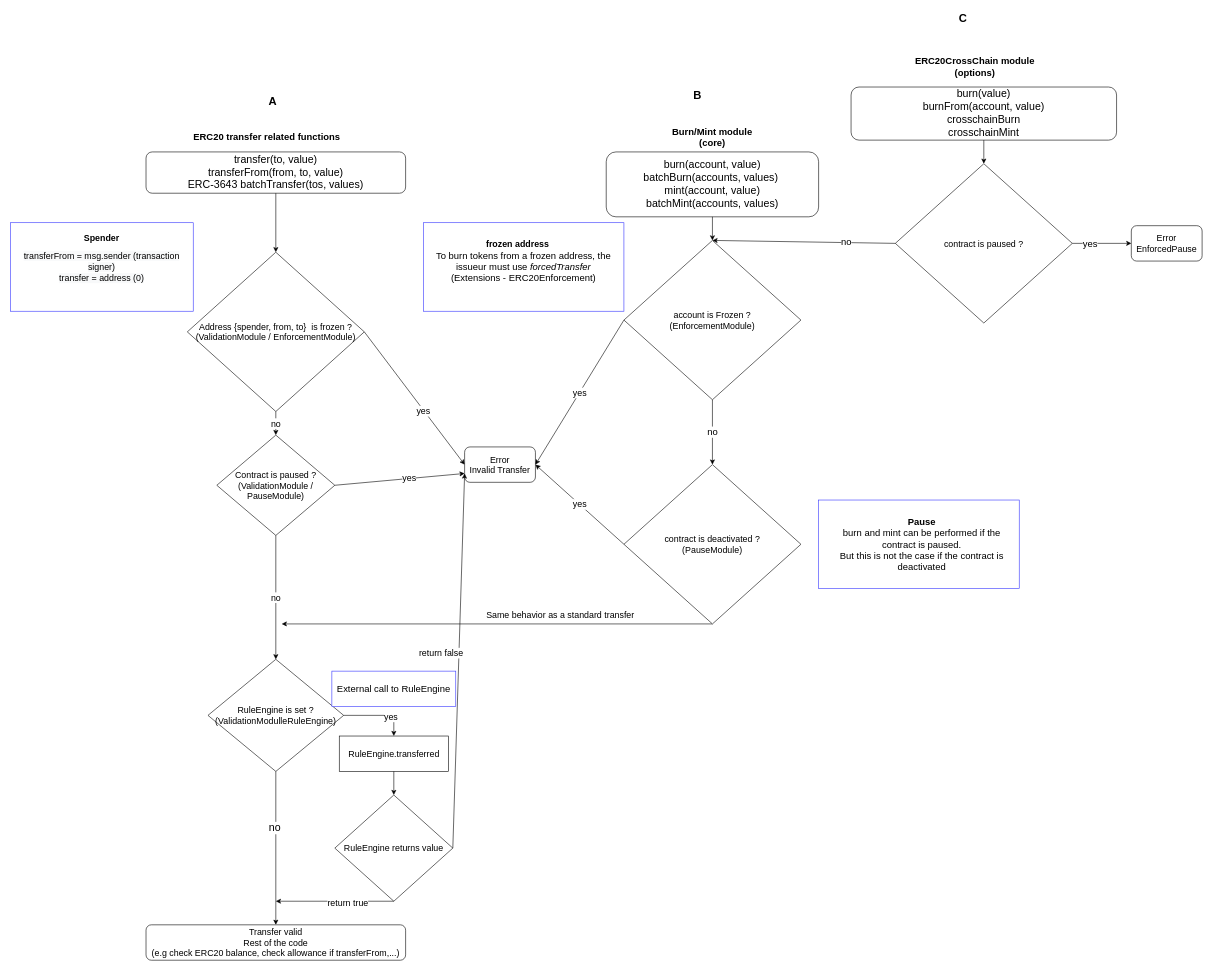
This is page "transfer" (1 of 3) of doc/schema/drawio/transfer_restriction.drawio from CMTA/CMTAT, a draw.io file, before an edit. Source tidied: cells renumbered, new cells numbered last; positions are measured from the earlier drawing's top-left corner, leaving out a move shared by most shapes. Both pictures are drawn from the tidied source at 59%, with x=0, y=0 at pixel (10, 10).
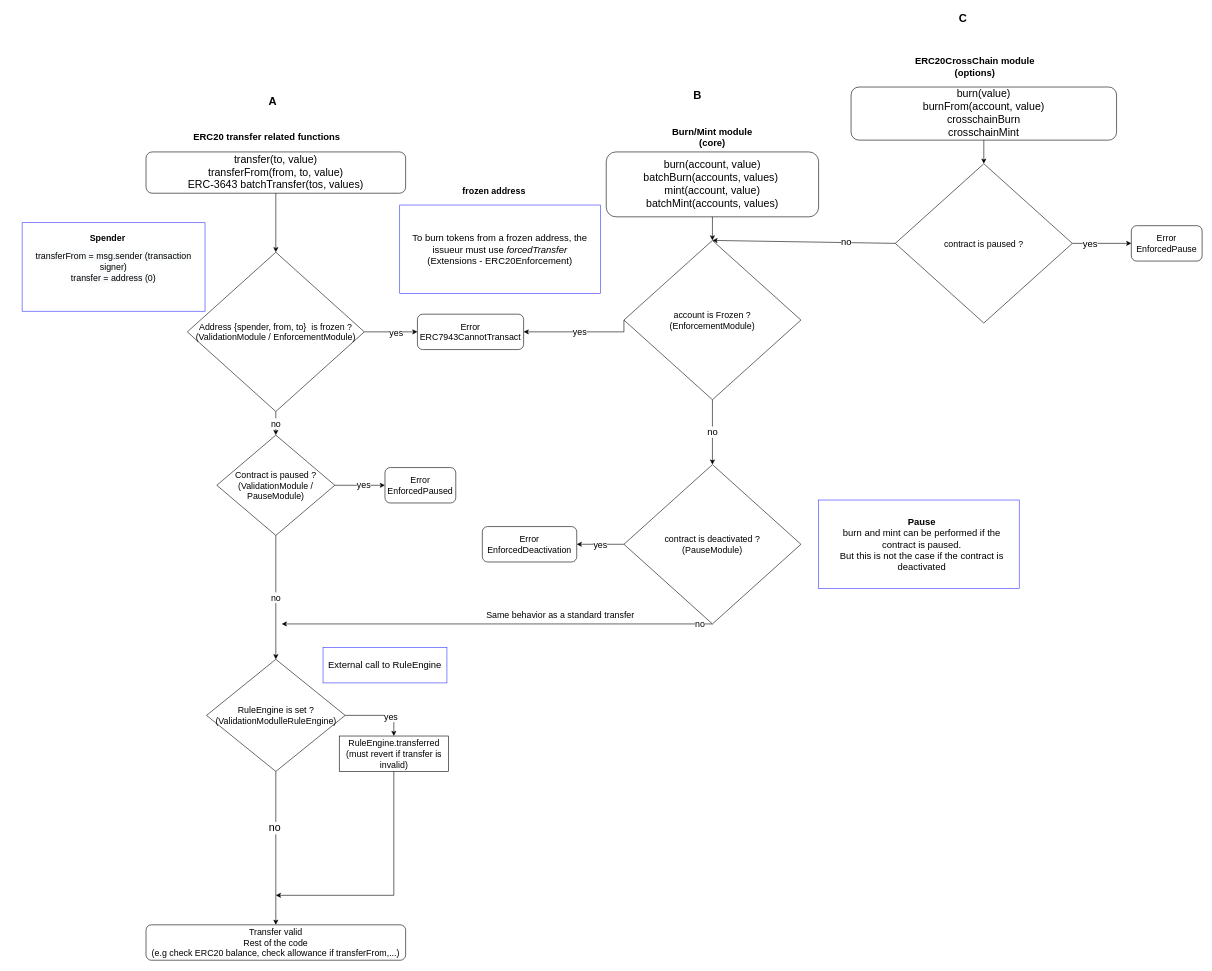
Above is the later version.

The change refers to these unchanged cells:
```xml
<mxCell id="2" value="Address {spender, from, to}&amp;nbsp; is frozen ?&lt;br style=&quot;font-size: 15px;&quot;&gt;(ValidationModule / EnforcementModule)" style="rhombus;whiteSpace=wrap;html=1;fontSize=15;" parent="1" vertex="1">
  <mxGeometry x="300" y="410" width="300" height="270" as="geometry" />
</mxCell>
<mxCell id="9" value="Contract is paused ?&lt;br style=&quot;font-size: 15px;&quot;&gt;(ValidationModule / PauseModule)" style="rhombus;whiteSpace=wrap;html=1;fontSize=15;" parent="1" vertex="1">
  <mxGeometry x="350" y="720" width="200" height="170" as="geometry" />
</mxCell>
<mxCell id="27" value="account is Frozen ?&lt;br&gt;(EnforcementModule)" style="rhombus;whiteSpace=wrap;html=1;fontSize=15;" parent="1" vertex="1">
  <mxGeometry x="1040" y="390" width="300" height="270" as="geometry" />
</mxCell>
<mxCell id="29" style="endArrow=classic;html=1;rounded=0;fontSize=15;exitX=0.5;exitY=1;exitDx=0;exitDy=0;" parent="1" edge="1" source="31">
  <mxGeometry relative="1" as="geometry">
    <mxPoint x="460" y="1040" as="targetPoint" />
  </mxGeometry>
</mxCell>
<mxCell id="31" value="contract is deactivated ?&lt;br&gt;(PauseModule)" style="rhombus;whiteSpace=wrap;html=1;fontSize=15;" parent="1" vertex="1">
  <mxGeometry x="1040" y="770" width="300" height="270" as="geometry" />
</mxCell>
```

Change to the diagram source:
```diff
@@
-    <mxCell id="5" value="Error&lt;br&gt;Invalid Transfer" style="rounded=1;whiteSpace=wrap;html=1;fontSize=15;" parent="1" vertex="1">
-      <mxGeometry x="770" y="740" width="120" height="60" as="geometry" />
-    </mxCell>
-    <mxCell id="6" style="endArrow=classic;html=1;rounded=0;exitX=1;exitY=0.5;exitDx=0;exitDy=0;entryX=0;entryY=0.5;entryDx=0;entryDy=0;fontSize=15;" parent="1" edge="1" source="2" target="5">
+    <mxCell id="6" style="endArrow=classic;html=1;rounded=0;exitX=1;exitY=0.5;exitDx=0;exitDy=0;entryX=0;entryY=0.5;entryDx=0;entryDy=0;fontSize=15;" parent="1" edge="1" source="2" target="57">
       <mxGeometry relative="1" as="geometry" />
     </mxCell>
@@
-    <mxCell id="10" style="endArrow=classic;html=1;rounded=0;exitX=1;exitY=0.5;exitDx=0;exitDy=0;entryX=0;entryY=0.75;entryDx=0;entryDy=0;fontSize=15;" parent="1" edge="1" source="9" target="5">
+    <mxCell id="10" style="endArrow=classic;html=1;rounded=0;exitX=1;exitY=0.5;exitDx=0;exitDy=0;entryX=0;entryY=0.5;entryDx=0;entryDy=0;fontSize=15;" parent="1" edge="1" source="9" target="56">
       <mxGeometry relative="1" as="geometry" />
     </mxCell>
@@
     <mxCell id="12" value="RuleEngine is set ?&lt;br&gt;(ValidationModulleRuleEngine)" style="rhombus;whiteSpace=wrap;html=1;fontSize=15;" parent="1" vertex="1">
-      <mxGeometry x="335" y="1100" width="230" height="190" as="geometry" />
+      <mxGeometry x="332.5" y="1100" width="235" height="190" as="geometry" />
     </mxCell>
@@
-    <mxCell id="16" value="RuleEngine returns value" style="rhombus;whiteSpace=wrap;html=1;fontSize=15;" parent="1" vertex="1">
-      <mxGeometry x="550" y="1330" width="200" height="180" as="geometry" />
-    </mxCell>
-    <mxCell id="17" value="return false" style="endArrow=classic;html=1;rounded=0;exitX=1;exitY=0.5;exitDx=0;exitDy=0;entryX=0;entryY=0.75;entryDx=0;entryDy=0;fontSize=15;" parent="1" edge="1" source="16" target="5">
-      <mxGeometry x="0.04" y="30" relative="1" as="geometry" />
-    </mxCell>
-    <mxCell id="18" style="endArrow=classic;html=1;rounded=0;exitX=0.5;exitY=1;exitDx=0;exitDy=0;fontSize=15;" parent="1" edge="1" source="16">
-      <mxGeometry relative="1" as="geometry">
-        <mxPoint x="450" y="1510" as="targetPoint" />
-      </mxGeometry>
-    </mxCell>
-    <mxCell id="19" value="return true" style="edgeLabel;html=1;align=center;verticalAlign=middle;fontSize=15;" parent="18" vertex="1">
-      <mxGeometry x="-0.21" y="2" relative="1" as="geometry" />
-    </mxCell>
@@
-    <mxCell id="23" value="RuleEngine.transferred" style="rounded=0;whiteSpace=wrap;html=1;fontSize=15;" parent="1" vertex="1">
+    <mxCell id="23" value="RuleEngine.transferred&lt;br&gt;(must revert if transfer is invalid)" style="rounded=0;whiteSpace=wrap;html=1;fontSize=15;" parent="1" vertex="1">
       <mxGeometry x="557.5" y="1230" width="185" height="60" as="geometry" />
     </mxCell>
-    <mxCell id="24" style="endArrow=classic;html=1;rounded=0;exitX=0.5;exitY=1;exitDx=0;exitDy=0;entryX=0.5;entryY=0;entryDx=0;entryDy=0;fontSize=15;" parent="1" edge="1" source="23" target="16">
-      <mxGeometry relative="1" as="geometry" />
+    <mxCell id="24" style="endArrow=classic;html=1;rounded=0;exitX=0.5;exitY=1;exitDx=0;exitDy=0;fontSize=15;" parent="1" edge="1" source="23">
+      <mxGeometry relative="1" as="geometry">
+        <mxPoint x="450" y="1500" as="targetPoint" />
+        <Array as="points">
+          <mxPoint x="650" y="1500" />
+        </Array>
+      </mxGeometry>
     </mxCell>
@@
-    <mxCell id="28" value="yes" style="endArrow=classic;html=1;rounded=0;fontSize=15;exitX=0;exitY=0.5;exitDx=0;exitDy=0;entryX=1;entryY=0.5;entryDx=0;entryDy=0;" parent="1" edge="1" source="27" target="5">
-      <mxGeometry relative="1" as="geometry" />
+    <mxCell id="28" value="yes" style="endArrow=classic;html=1;rounded=0;fontSize=15;exitX=0;exitY=0.5;exitDx=0;exitDy=0;entryX=1;entryY=0.5;entryDx=0;entryDy=0;" parent="1" edge="1" source="27" target="57">
+      <mxGeometry relative="1" as="geometry">
+        <Array as="points">
+          <mxPoint x="1040" y="545" />
+        </Array>
+      </mxGeometry>
     </mxCell>
@@
+    <mxCell id="55" value="no" style="edgeLabel;html=1;align=center;verticalAlign=middle;fontSize=15;" parent="29" vertex="1">
+      <mxGeometry x="-0.94" y="-2" relative="1" as="geometry" />
+    </mxCell>
@@
-    <mxCell id="32" value="yes" style="endArrow=classic;html=1;rounded=0;fontSize=15;exitX=0;exitY=0.5;exitDx=0;exitDy=0;" parent="1" edge="1" source="31">
-      <mxGeometry relative="1" as="geometry">
-        <mxPoint x="890" y="770" as="targetPoint" />
-      </mxGeometry>
+    <mxCell id="32" value="yes" style="endArrow=classic;html=1;rounded=0;fontSize=15;exitX=0;exitY=0.5;exitDx=0;exitDy=0;entryX=1;entryY=0.5;entryDx=0;entryDy=0;" parent="1" edge="1" source="31" target="58">
+      <mxGeometry relative="1" as="geometry" />
     </mxCell>
@@
     <mxCell id="34" value="&lt;span style=&quot;color: rgb(0, 0, 0); font-family: Helvetica; font-size: 15px; font-style: normal; font-variant-ligatures: normal; font-variant-caps: normal; font-weight: 400; letter-spacing: normal; orphans: 2; text-align: center; text-indent: 0px; text-transform: none; widows: 2; word-spacing: 0px; -webkit-text-stroke-width: 0px; background-color: rgb(248, 249, 250); text-decoration-thickness: initial; text-decoration-style: initial; text-decoration-color: initial;&quot;&gt;transferFrom = msg.sender (transaction signer)&lt;/span&gt;&lt;br style=&quot;color: rgb(0, 0, 0); font-family: Helvetica; font-size: 15px; font-style: normal; font-variant-ligatures: normal; font-variant-caps: normal; font-weight: 400; letter-spacing: normal; orphans: 2; text-align: center; text-indent: 0px; text-transform: none; widows: 2; word-spacing: 0px; -webkit-text-stroke-width: 0px; background-color: rgb(248, 249, 250); text-decoration-thickness: initial; text-decoration-style: initial; text-decoration-color: initial;&quot;&gt;&lt;span style=&quot;color: rgb(0, 0, 0); font-family: Helvetica; font-size: 15px; font-style: normal; font-variant-ligatures: normal; font-variant-caps: normal; font-weight: 400; letter-spacing: normal; orphans: 2; text-align: center; text-indent: 0px; text-transform: none; widows: 2; word-spacing: 0px; -webkit-text-stroke-width: 0px; background-color: rgb(248, 249, 250); text-decoration-thickness: initial; text-decoration-style: initial; text-decoration-color: initial;&quot;&gt;transfer = address (0)&lt;/span&gt;" style="rounded=0;whiteSpace=wrap;html=1;fontSize=16;strokeColor=#3333FF;" parent="1" vertex="1">
-      <mxGeometry y="360" width="310" height="150" as="geometry" />
+      <mxGeometry x="20" y="360" width="310" height="150" as="geometry" />
     </mxCell>
     <mxCell id="35" value="Spender" style="text;html=1;strokeColor=none;fillColor=none;align=center;verticalAlign=middle;whiteSpace=wrap;rounded=0;fontStyle=1;fontSize=15;" parent="1" vertex="1">
-      <mxGeometry x="60" y="370" width="190" height="30" as="geometry" />
+      <mxGeometry x="70" y="370" width="190" height="30" as="geometry" />
     </mxCell>
     <mxCell id="36" value="To burn tokens from a frozen address, the issueur must use &lt;i&gt;forcedTransfer&lt;/i&gt;&lt;br&gt;(Extensions - ERC20Enforcement)" style="rounded=0;whiteSpace=wrap;html=1;strokeColor=#3333FF;fontSize=16;" parent="1" vertex="1">
-      <mxGeometry x="700" y="360" width="340" height="150" as="geometry" />
+      <mxGeometry x="660" y="330" width="340" height="150" as="geometry" />
     </mxCell>
     <mxCell id="37" value="frozen address" style="text;html=1;strokeColor=none;fillColor=none;align=center;verticalAlign=middle;whiteSpace=wrap;rounded=0;fontSize=15;fontStyle=1;" parent="1" vertex="1">
-      <mxGeometry x="760" y="380" width="200" height="30" as="geometry" />
+      <mxGeometry x="720" y="290" width="200" height="30" as="geometry" />
     </mxCell>
@@
     <mxCell id="40" value="External call to RuleEngine" style="rounded=0;whiteSpace=wrap;html=1;strokeColor=#3333FF;fontSize=16;" parent="1" vertex="1">
-      <mxGeometry x="545" y="1120" width="210" height="60" as="geometry" />
+      <mxGeometry x="530" y="1080" width="210" height="60" as="geometry" />
     </mxCell>
@@
+    <mxCell id="56" value="Error&lt;br&gt;EnforcedPaused" style="rounded=1;whiteSpace=wrap;html=1;fontSize=15;" parent="1" vertex="1">
+      <mxGeometry x="635" y="775" width="120" height="60" as="geometry" />
+    </mxCell>
+    <mxCell id="57" value="Error&lt;br&gt;ERC7943CannotTransact" style="rounded=1;whiteSpace=wrap;html=1;fontSize=15;" parent="1" vertex="1">
+      <mxGeometry x="690" y="515" width="180" height="60" as="geometry" />
+    </mxCell>
+    <mxCell id="58" value="Error&lt;br&gt;EnforcedDeactivation" style="rounded=1;whiteSpace=wrap;html=1;fontSize=15;" parent="1" vertex="1">
+      <mxGeometry x="800" y="875" width="160" height="60" as="geometry" />
+    </mxCell>
```
